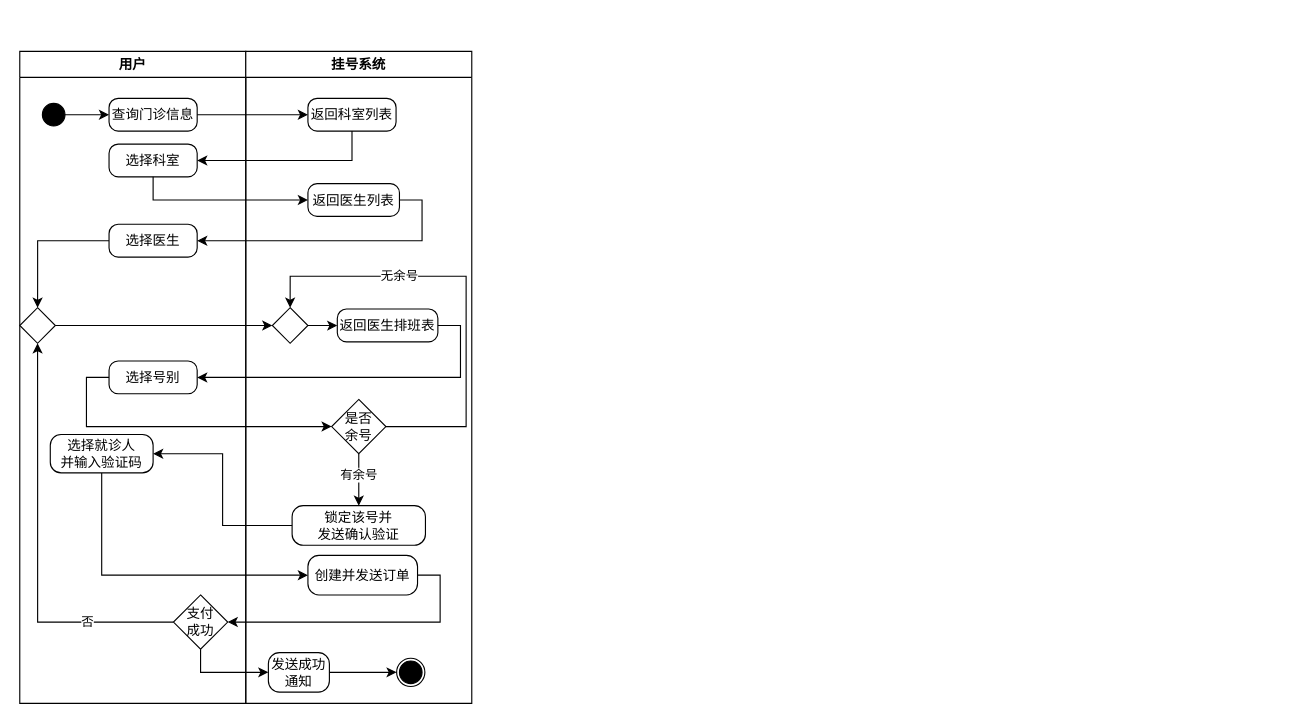
Earlier version of the draw.io diagram 预约挂号活动图.drawio (Lxlorange/drawio). Source tidied: cells renumbered, new cells numbered last; positions are measured from the earlier drawing's top-left corner, leaving out a move shared by most shapes. Both pictures are drawn from the tidied source at 113%, with x=0, y=0 at pixel (19, 51).
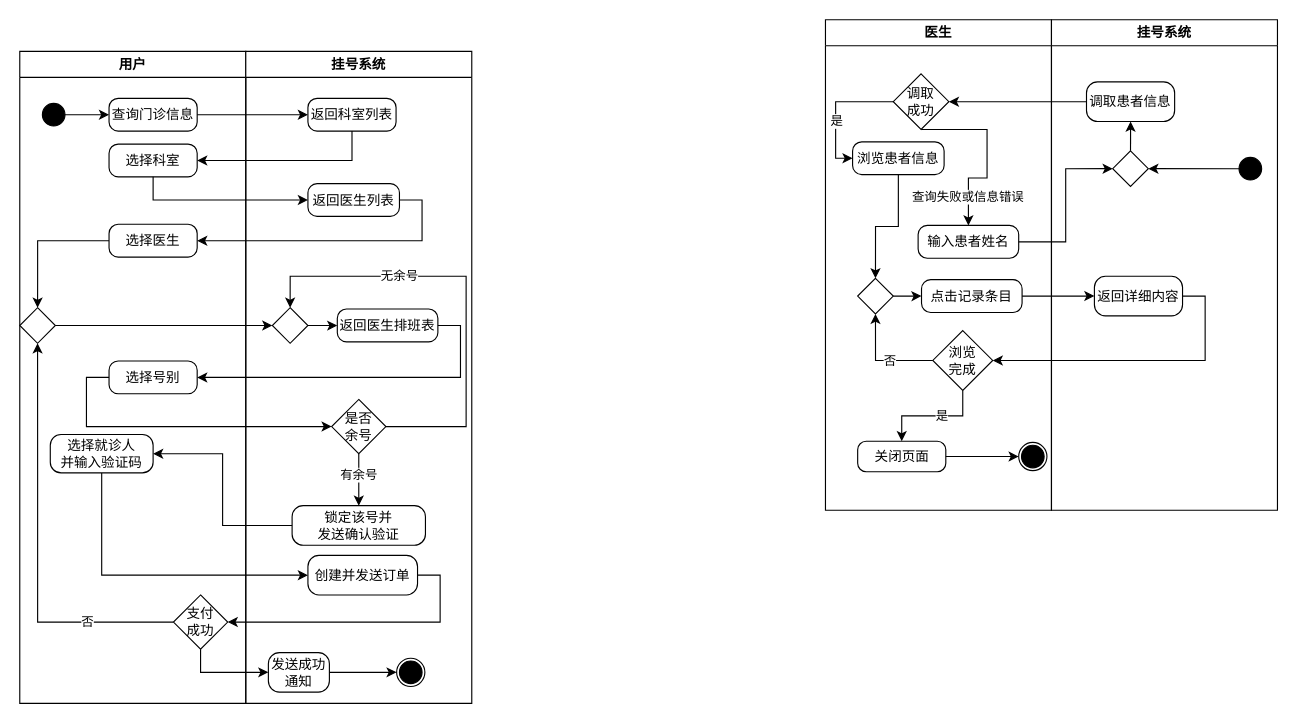
The same diagram, later.

Commit message:
Update 预约挂号活动图.drawio

What changed in the source:
```diff
@@
+    <mxCell id="43" value="医生" style="swimlane;whiteSpace=wrap;html=1;" parent="1" vertex="1">
+      <mxGeometry x="713" y="-28" width="200" height="434" as="geometry" />
+    </mxCell>
+    <mxCell id="44" style="edgeStyle=orthogonalEdgeStyle;rounded=0;jettySize=auto;html=1;exitX=0;exitY=0.5;exitDx=0;exitDy=0;entryX=0;entryY=0.5;entryDx=0;entryDy=0;" parent="43" edge="1" source="48" target="50">
+      <mxGeometry relative="1" as="geometry">
+        <Array as="points">
+          <mxPoint x="9" y="73" />
+          <mxPoint x="9" y="123" />
+        </Array>
+      </mxGeometry>
+    </mxCell>
+    <mxCell id="45" value="是" style="edgeLabel;html=1;align=center;verticalAlign=middle;" parent="44" vertex="1">
+      <mxGeometry x="-0.08" y="2" relative="1" as="geometry">
+        <mxPoint x="-2" y="15" as="offset" />
+      </mxGeometry>
+    </mxCell>
+    <mxCell id="46" style="edgeStyle=orthogonalEdgeStyle;rounded=0;jettySize=auto;html=1;exitX=0.5;exitY=1;exitDx=0;exitDy=0;entryX=0.5;entryY=0;entryDx=0;entryDy=0;" parent="43" edge="1" source="48" target="51">
+      <mxGeometry relative="1" as="geometry">
+        <Array as="points">
+          <mxPoint x="143" y="97" />
+          <mxPoint x="143" y="140" />
+          <mxPoint x="127" y="140" />
+        </Array>
+      </mxGeometry>
+    </mxCell>
+    <mxCell id="47" value="查询失败或信息错误" style="edgeLabel;html=1;align=center;verticalAlign=middle;" parent="46" vertex="1">
+      <mxGeometry x="0.68" y="-1" relative="1" as="geometry" />
+    </mxCell>
+    <mxCell id="48" value="调取&lt;div&gt;成功&lt;/div&gt;" style="rhombus;whiteSpace=wrap;html=1;" parent="43" vertex="1">
+      <mxGeometry x="60" y="47.9" width="49.2" height="49.2" as="geometry" />
+    </mxCell>
+    <mxCell id="49" style="edgeStyle=orthogonalEdgeStyle;rounded=0;jettySize=auto;html=1;exitX=0.5;exitY=1;exitDx=0;exitDy=0;entryX=0.5;entryY=0;entryDx=0;entryDy=0;" parent="43" edge="1" source="50" target="60">
+      <mxGeometry relative="1" as="geometry" />
+    </mxCell>
+    <mxCell id="50" value="浏览患者信息" style="rounded=1;whiteSpace=wrap;html=1;arcSize=28;" parent="43" vertex="1">
+      <mxGeometry x="24" y="108" width="81" height="29" as="geometry" />
+    </mxCell>
+    <mxCell id="51" value="输入患者姓名" style="rounded=1;whiteSpace=wrap;html=1;arcSize=28;" parent="43" vertex="1">
+      <mxGeometry x="82" y="182" width="89" height="29" as="geometry" />
+    </mxCell>
+    <mxCell id="52" value="点击记录条目" style="rounded=1;whiteSpace=wrap;html=1;arcSize=28;" parent="43" vertex="1">
+      <mxGeometry x="85" y="230" width="89" height="29" as="geometry" />
+    </mxCell>
+    <mxCell id="53" value="关闭页面" style="rounded=1;whiteSpace=wrap;html=1;arcSize=28;" parent="43" vertex="1">
+      <mxGeometry x="28.5" y="373" width="78" height="27" as="geometry" />
+    </mxCell>
+    <mxCell id="54" style="edgeStyle=orthogonalEdgeStyle;rounded=0;jettySize=auto;html=1;exitX=0.5;exitY=1;exitDx=0;exitDy=0;entryX=0.5;entryY=0;entryDx=0;entryDy=0;" parent="43" edge="1" source="58" target="53">
+      <mxGeometry relative="1" as="geometry" />
+    </mxCell>
+    <mxCell id="55" value="是" style="edgeLabel;html=1;align=center;verticalAlign=middle;" parent="54" vertex="1">
+      <mxGeometry x="-0.15" relative="1" as="geometry" />
+    </mxCell>
+    <mxCell id="56" style="edgeStyle=orthogonalEdgeStyle;rounded=0;jettySize=auto;html=1;exitX=0;exitY=0.5;exitDx=0;exitDy=0;entryX=0.5;entryY=1;entryDx=0;entryDy=0;" parent="43" edge="1" source="58" target="60">
+      <mxGeometry relative="1" as="geometry" />
+    </mxCell>
+    <mxCell id="57" value="否" style="edgeLabel;html=1;align=center;verticalAlign=middle;" parent="56" vertex="1">
+      <mxGeometry x="-0.16" relative="1" as="geometry" />
+    </mxCell>
+    <mxCell id="58" value="浏览&lt;div&gt;完成&lt;/div&gt;" style="rhombus;whiteSpace=wrap;html=1;" parent="43" vertex="1">
+      <mxGeometry x="95" y="275" width="53" height="53" as="geometry" />
+    </mxCell>
+    <mxCell id="59" style="edgeStyle=orthogonalEdgeStyle;rounded=0;jettySize=auto;html=1;entryX=0;entryY=0.5;entryDx=0;entryDy=0;" parent="43" edge="1" source="60" target="52">
+      <mxGeometry relative="1" as="geometry" />
+    </mxCell>
+    <mxCell id="60" style="rhombus;whiteSpace=wrap;html=1;" parent="43" vertex="1">
+      <mxGeometry x="28.5" y="228.8" width="31.5" height="31.5" as="geometry" />
+    </mxCell>
+    <mxCell id="61" style="ellipse;whiteSpace=wrap;html=1;fillColor=#000000;" parent="43" vertex="1">
+      <mxGeometry x="173.5" y="376.5" width="20" height="20" as="geometry" />
+    </mxCell>
+    <mxCell id="62" style="ellipse;whiteSpace=wrap;html=1;fillColor=none;" parent="43" vertex="1">
+      <mxGeometry x="171" y="374" width="25" height="25" as="geometry" />
+    </mxCell>
+    <mxCell id="63" style="edgeStyle=orthogonalEdgeStyle;rounded=0;jettySize=auto;html=1;exitX=1;exitY=0.5;exitDx=0;exitDy=0;entryX=0;entryY=0.5;entryDx=0;entryDy=0;" parent="43" edge="1" source="53" target="62">
+      <mxGeometry relative="1" as="geometry" />
+    </mxCell>
+    <mxCell id="64" value="挂号系统" style="swimlane;whiteSpace=wrap;html=1;" parent="1" vertex="1">
+      <mxGeometry x="913" y="-28" width="200" height="434" as="geometry" />
+    </mxCell>
+    <mxCell id="65" style="ellipse;whiteSpace=wrap;html=1;fillColor=#000000;rotation=-180;" parent="64" vertex="1">
+      <mxGeometry x="166" y="121.8" width="20" height="20" as="geometry" />
+    </mxCell>
+    <mxCell id="66" value="调取患者信息" style="rounded=1;whiteSpace=wrap;html=1;arcSize=28;" parent="64" vertex="1">
+      <mxGeometry x="31" y="55" width="78" height="35" as="geometry" />
+    </mxCell>
+    <mxCell id="67" style="edgeStyle=orthogonalEdgeStyle;rounded=0;jettySize=auto;html=1;exitX=1;exitY=0.5;exitDx=0;exitDy=0;entryX=1;entryY=0.5;entryDx=0;entryDy=0;" parent="64" edge="1" source="65" target="69">
+      <mxGeometry relative="1" as="geometry" />
+    </mxCell>
+    <mxCell id="68" style="edgeStyle=orthogonalEdgeStyle;rounded=0;jettySize=auto;html=1;exitX=0.5;exitY=0;exitDx=0;exitDy=0;" parent="64" edge="1" source="69" target="66">
+      <mxGeometry relative="1" as="geometry" />
+    </mxCell>
+    <mxCell id="69" style="rhombus;whiteSpace=wrap;html=1;" parent="64" vertex="1">
+      <mxGeometry x="54.2" y="116" width="31.5" height="31.5" as="geometry" />
+    </mxCell>
+    <mxCell id="70" value="返回详细内容" style="rounded=1;whiteSpace=wrap;html=1;arcSize=28;" parent="64" vertex="1">
+      <mxGeometry x="38" y="227" width="78" height="35" as="geometry" />
+    </mxCell>
+    <mxCell id="71" style="edgeStyle=orthogonalEdgeStyle;rounded=0;jettySize=auto;html=1;exitX=0;exitY=0.5;exitDx=0;exitDy=0;entryX=1;entryY=0.5;entryDx=0;entryDy=0;" parent="1" edge="1" source="66" target="48">
+      <mxGeometry relative="1" as="geometry" />
+    </mxCell>
+    <mxCell id="72" style="edgeStyle=orthogonalEdgeStyle;rounded=0;jettySize=auto;html=1;exitX=1;exitY=0.5;exitDx=0;exitDy=0;entryX=0;entryY=0.5;entryDx=0;entryDy=0;" parent="1" edge="1" source="51" target="69">
+      <mxGeometry relative="1" as="geometry" />
+    </mxCell>
+    <mxCell id="73" style="edgeStyle=orthogonalEdgeStyle;rounded=0;jettySize=auto;html=1;exitX=1;exitY=0.5;exitDx=0;exitDy=0;entryX=0;entryY=0.5;entryDx=0;entryDy=0;" parent="1" edge="1" source="52" target="70">
+      <mxGeometry relative="1" as="geometry" />
+    </mxCell>
+    <mxCell id="74" style="edgeStyle=orthogonalEdgeStyle;rounded=0;jettySize=auto;html=1;exitX=1;exitY=0.5;exitDx=0;exitDy=0;entryX=1;entryY=0.5;entryDx=0;entryDy=0;" parent="1" edge="1" source="70" target="58">
+      <mxGeometry relative="1" as="geometry" />
+    </mxCell>
```
